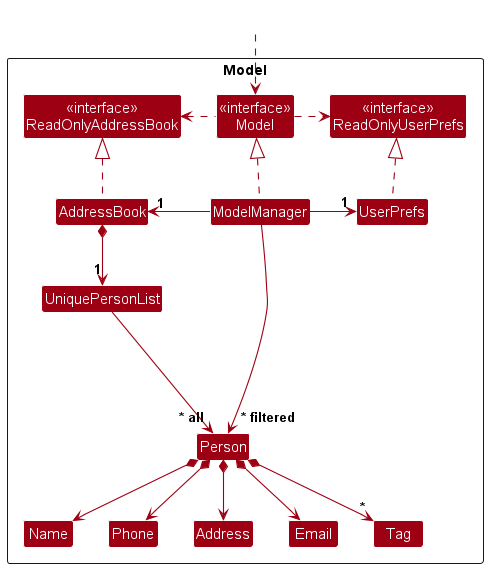
This is docs/images/ModelClassDiagram.png from nus-cs2103-AY2425S1/tp, a PlantUML export, as it was before one commit.
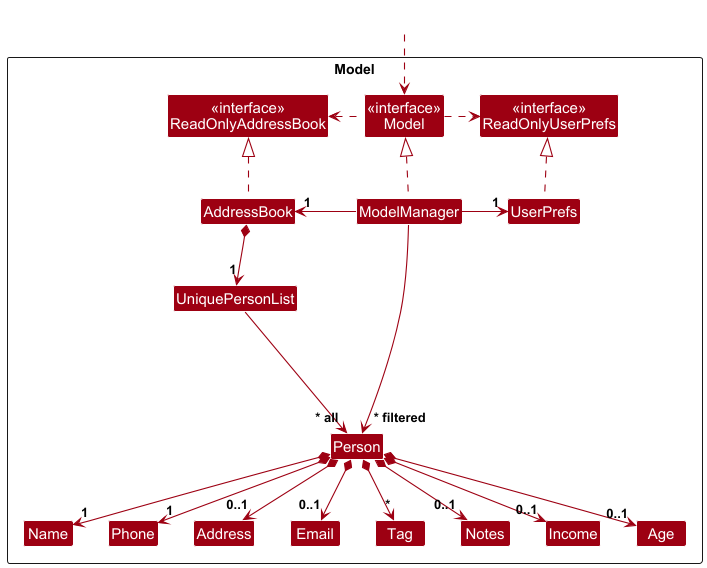
The same file after the commit.

Commit message:
Update Person model

Diff of the diagram source:
```diff
@@ -19,6 +19,9 @@
 Class Name
 Class Phone
 Class Tag
+Class Notes
+Class Income
+Class Age
 
 Class I #FFFFFF
 }
@@ -37,11 +40,14 @@
 
 AddressBook *--> "1" UniquePersonList
 UniquePersonList --> "~* all" Person
-Person *--> Name
-Person *--> Phone
-Person *--> Email
-Person *--> Address
+Person *--> "1" Name
+Person *--> "1" Phone
+Person *--> "0..1" Email
+Person *--> "0..1" Address
 Person *--> "*" Tag
+Person *--> "0..1" Notes
+Person *--> "0..1" Income
+Person *--> "0..1" Age
 
 Person -[hidden]up--> I
 UniquePersonList -[hidden]right-> I
```
